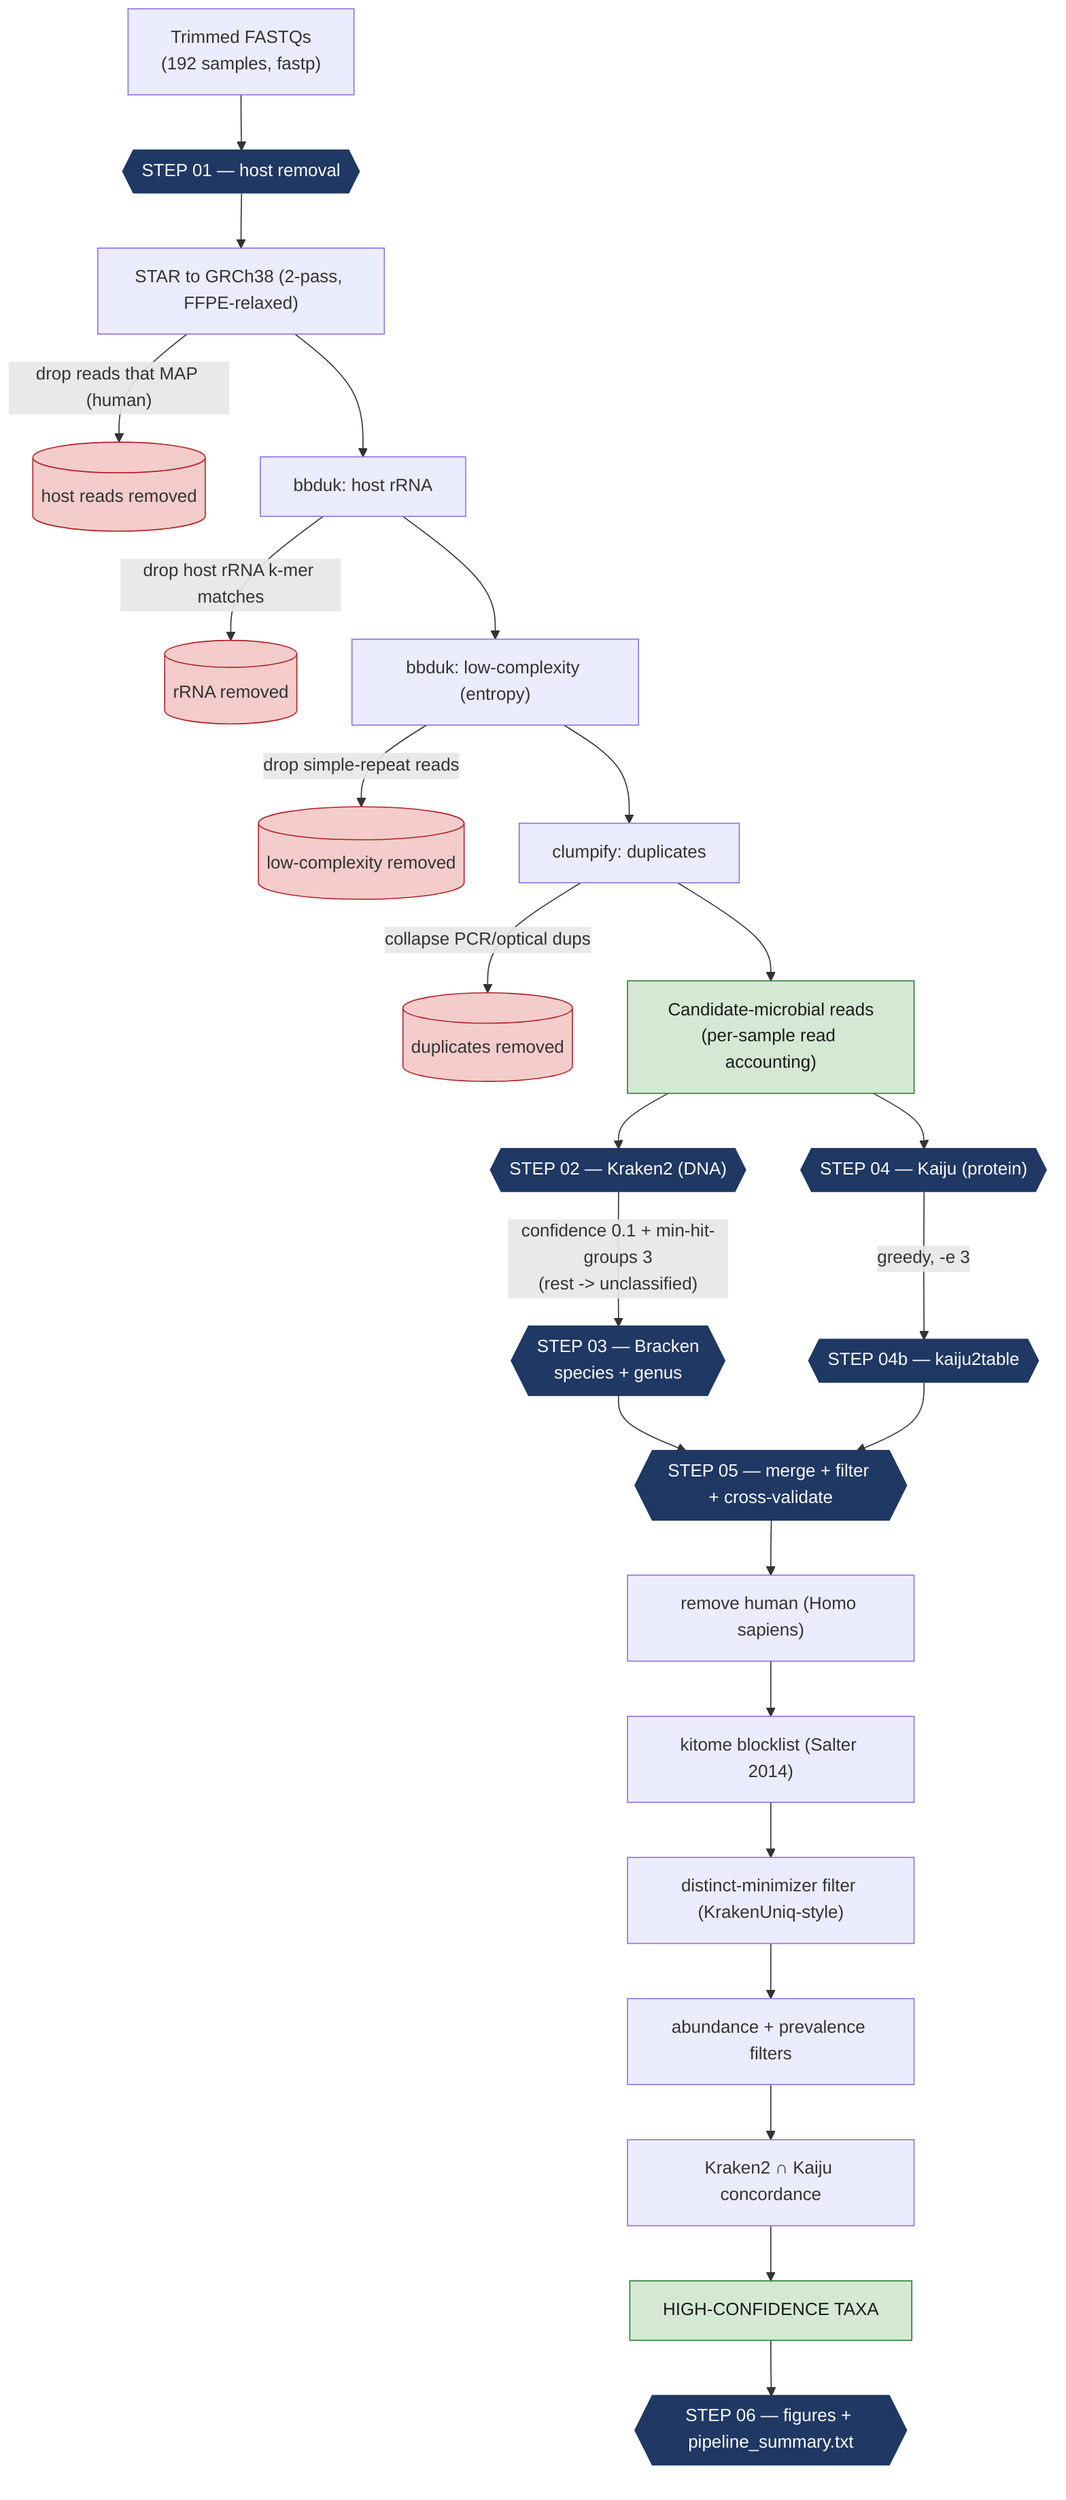
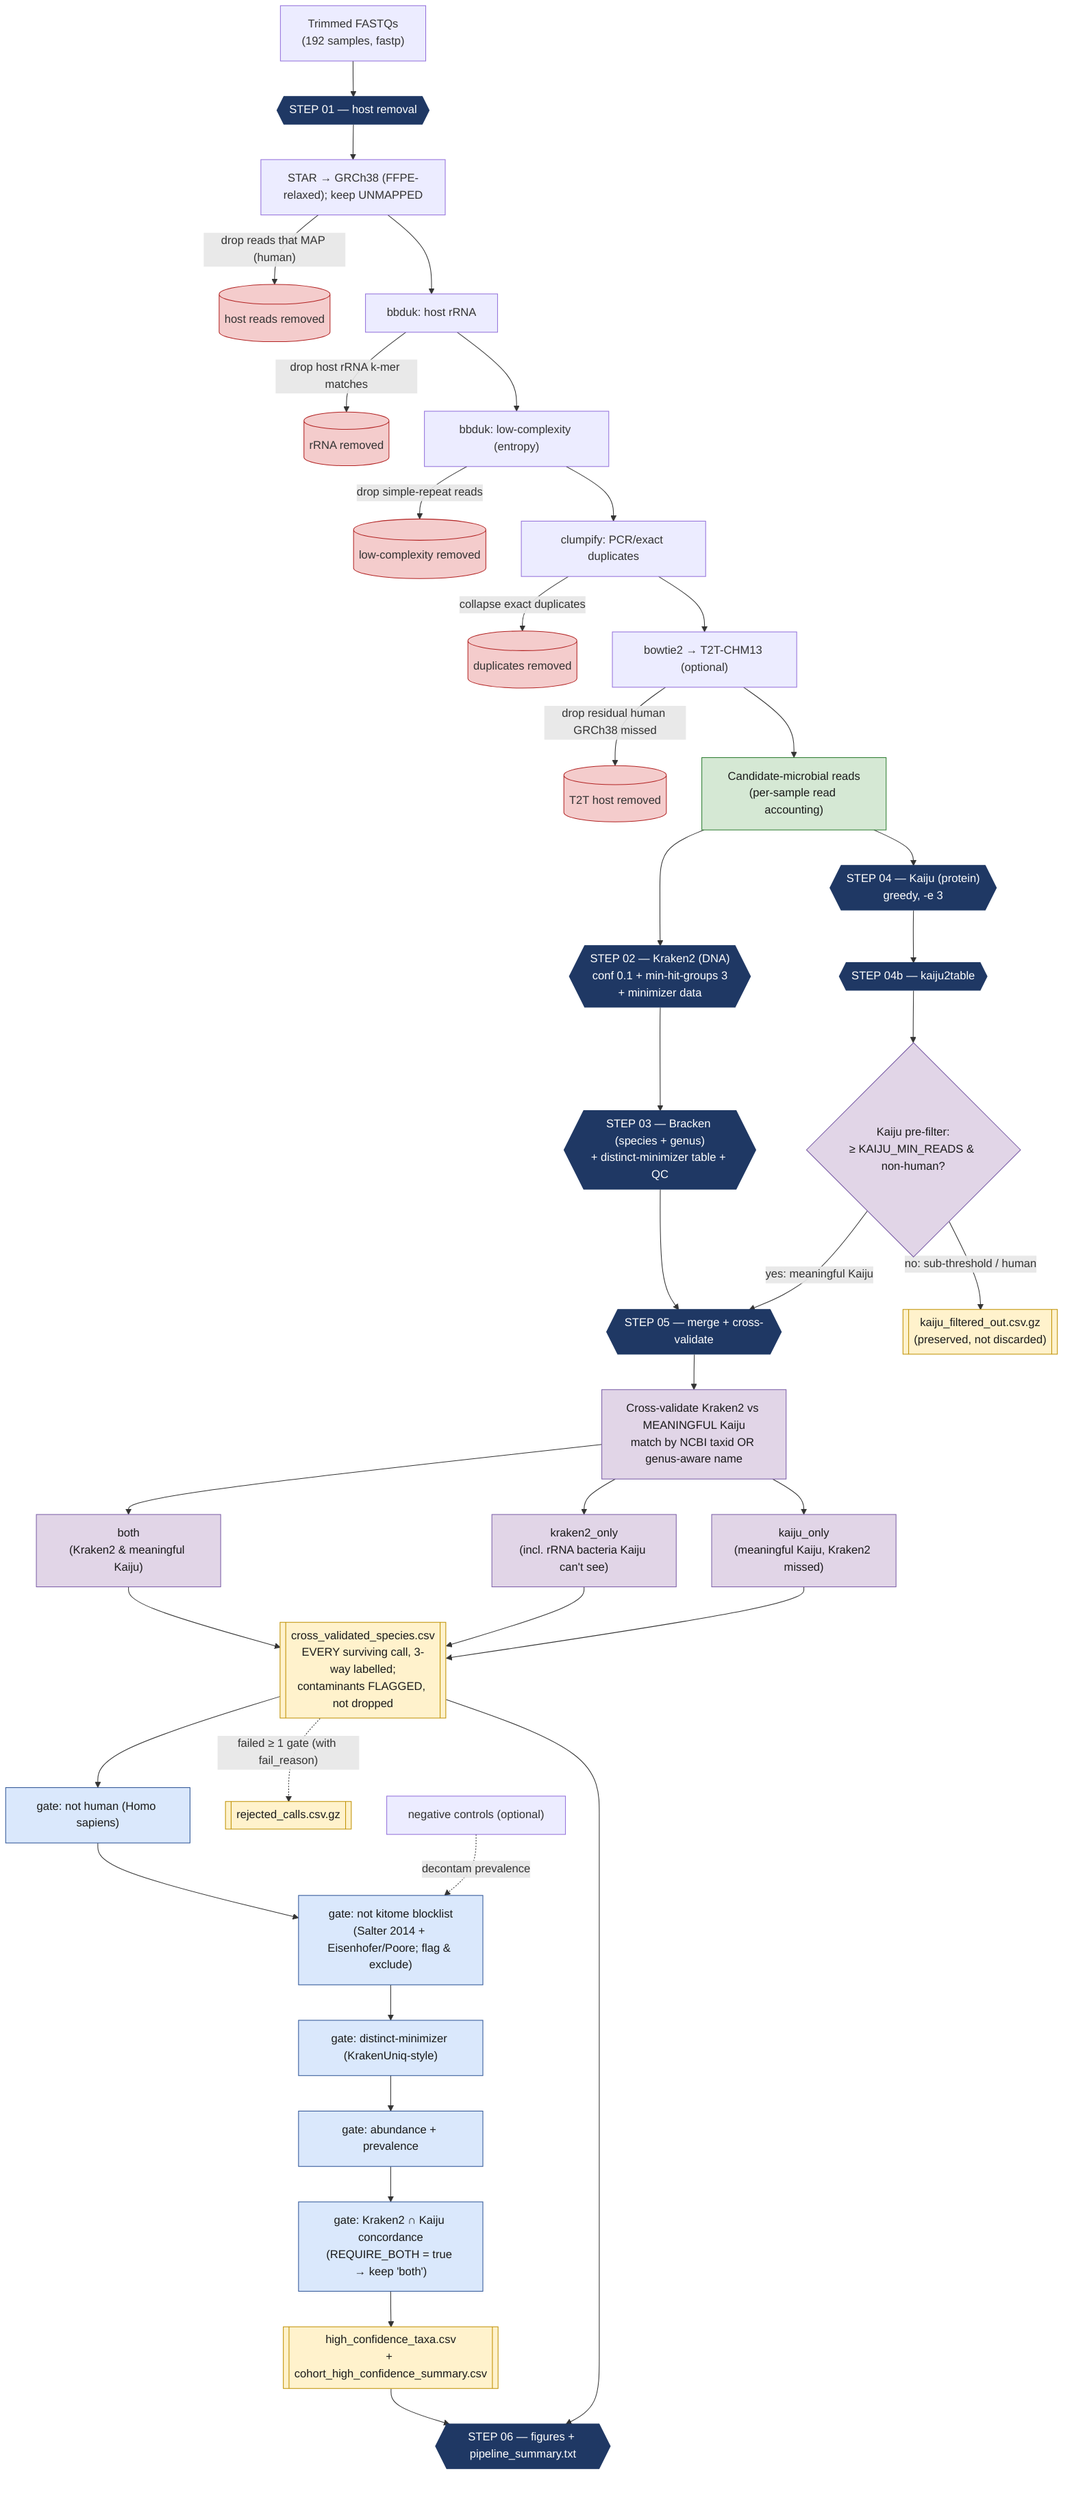
flowchart TD
    A["Trimmed FASTQs<br/>(192 samples, fastp)"] --> B{{"STEP 01 — host removal"}}

-     B --> B1["STAR to GRCh38 (2-pass, FFPE-relaxed)"]
+     B --> B1["STAR &rarr; GRCh38 (FFPE-relaxed); keep UNMAPPED"]
    B1 -- "drop reads that MAP (human)" --> X1[(host reads removed)]
    B1 --> B2["bbduk: host rRNA"]
    B2 -- "drop host rRNA k-mer matches" --> X2[(rRNA removed)]
    B2 --> B3["bbduk: low-complexity (entropy)"]
    B3 -- "drop simple-repeat reads" --> X3[(low-complexity removed)]
-     B3 --> B4["clumpify: duplicates"]
-     B4 -- "collapse PCR/optical dups" --> X4[(duplicates removed)]
-     B4 --> C["Candidate-microbial reads<br/>(per-sample read accounting)"]
+     B3 --> B4["clumpify: PCR/exact duplicates"]
+     B4 -- "collapse exact duplicates" --> X4[(duplicates removed)]
+     B4 --> B5["bowtie2 &rarr; T2T-CHM13 (optional)"]
+     B5 -- "drop residual human GRCh38 missed" --> X5[(T2T host removed)]
+     B5 --> C["Candidate-microbial reads<br/>(per-sample read accounting)"]

-     C --> D{{"STEP 02 — Kraken2 (DNA)"}}
-     C --> E{{"STEP 04 — Kaiju (protein)"}}
+     C --> D{{"STEP 02 — Kraken2 (DNA)<br/>conf 0.1 + min-hit-groups 3<br/>+ minimizer data"}}
+     C --> E{{"STEP 04 — Kaiju (protein)<br/>greedy, -e 3"}}

-     D -- "confidence 0.1 + min-hit-groups 3<br/>(rest -> unclassified)" --> F{{"STEP 03 — Bracken<br/>species + genus"}}
-     E -- "greedy, -e 3" --> G{{"STEP 04b — kaiju2table"}}
+     D --> F{{"STEP 03 — Bracken (species + genus)<br/>+ distinct-minimizer table + QC"}}
+     E --> G{{"STEP 04b — kaiju2table"}}

-     F --> H{{"STEP 05 — merge + filter + cross-validate"}}
-     G --> H
+     F --> H{{"STEP 05 — merge + cross-validate"}}
+     G --> KF{"Kaiju pre-filter:<br/>&ge; KAIJU_MIN_READS &amp; non-human?"}
+     KF -- "no: sub-threshold / human" --> GZ[["kaiju_filtered_out.csv.gz<br/>(preserved, not discarded)"]]
+     KF -- "yes: meaningful Kaiju" --> H

-     H --> H1["remove human (Homo sapiens)"]
-     H1 --> H2["kitome blocklist (Salter 2014)"]
-     H2 --> H3["distinct-minimizer filter (KrakenUniq-style)"]
-     H3 --> H4["abundance + prevalence filters"]
-     H4 --> H5["Kraken2 &cap; Kaiju concordance"]
-     H5 --> I["HIGH-CONFIDENCE TAXA"]
+     H --> XV["Cross-validate Kraken2 vs MEANINGFUL Kaiju<br/>match by NCBI taxid OR genus-aware name"]
+     XV --> T1["both<br/>(Kraken2 &amp; meaningful Kaiju)"]
+     XV --> T2["kraken2_only<br/>(incl. rRNA bacteria Kaiju can't see)"]
+     XV --> T3["kaiju_only<br/>(meaningful Kaiju, Kraken2 missed)"]

-     I --> J{{"STEP 06 — figures + pipeline_summary.txt"}}
+     T1 --> CV[["cross_validated_species.csv<br/>EVERY surviving call, 3-way labelled;<br/>contaminants FLAGGED, not dropped"]]
+     T2 --> CV
+     T3 --> CV
+ 
+     CV --> G1["gate: not human (Homo sapiens)"]
+     G1 --> G2["gate: not kitome blocklist<br/>(Salter 2014 + Eisenhofer/Poore; flag &amp; exclude)"]
+     G2 --> G3["gate: distinct-minimizer (KrakenUniq-style)"]
+     G3 --> G4["gate: abundance + prevalence"]
+     G4 --> G5["gate: Kraken2 &cap; Kaiju concordance<br/>(REQUIRE_BOTH = true &rarr; keep 'both')"]
+     G5 --> HC[["high_confidence_taxa.csv<br/>+ cohort_high_confidence_summary.csv"]]
+     CV -. "failed &ge; 1 gate (with fail_reason)" .-> REJ[["rejected_calls.csv.gz"]]
+ 
+     HC --> J{{"STEP 06 — figures + pipeline_summary.txt"}}
+     CV --> J
+ 
+     %% optional decontam hook (only if negative controls supplied)
+     CTRL["negative controls (optional)"] -. "decontam prevalence" .-> G2

    classDef step fill:#1F3864,stroke:#1F3864,color:#fff;
    classDef drop fill:#F4CCCC,stroke:#B22222,color:#333;
    classDef out fill:#D5E8D4,stroke:#2E7D32,color:#1b1b1b;
+     classDef file fill:#FFF2CC,stroke:#BF9000,color:#1b1b1b;
+     classDef split fill:#E1D5E7,stroke:#7B5EA7,color:#1b1b1b;
+     classDef gate fill:#DAE8FC,stroke:#2F5597,color:#1b1b1b;
    class B,D,E,F,G,H,J step;
-     class X1,X2,X3,X4 drop;
-     class C,I out;
+     class X1,X2,X3,X4,X5 drop;
+     class C out;
+     class CV,HC,GZ,REJ file;
+     class XV,T1,T2,T3,KF split;
+     class G1,G2,G3,G4,G5 gate;
